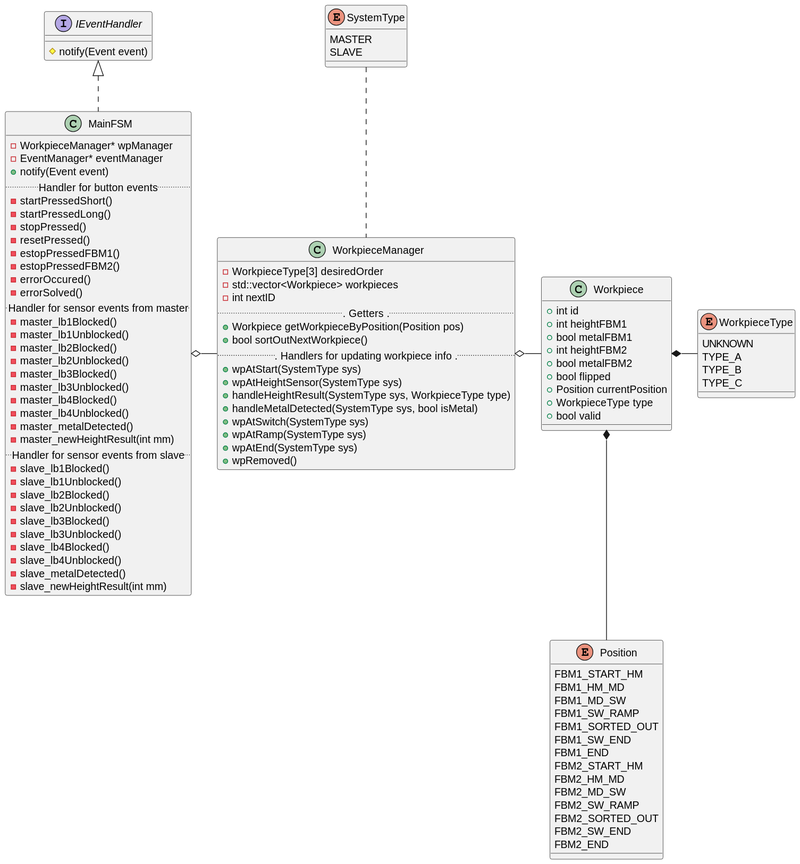
u2knwy/ESEP-2023SoSe-Team-2-1 keeps this PlantUML diagram as docs/diagrams/classes/main_fsm.svg. Above is the earlier version.
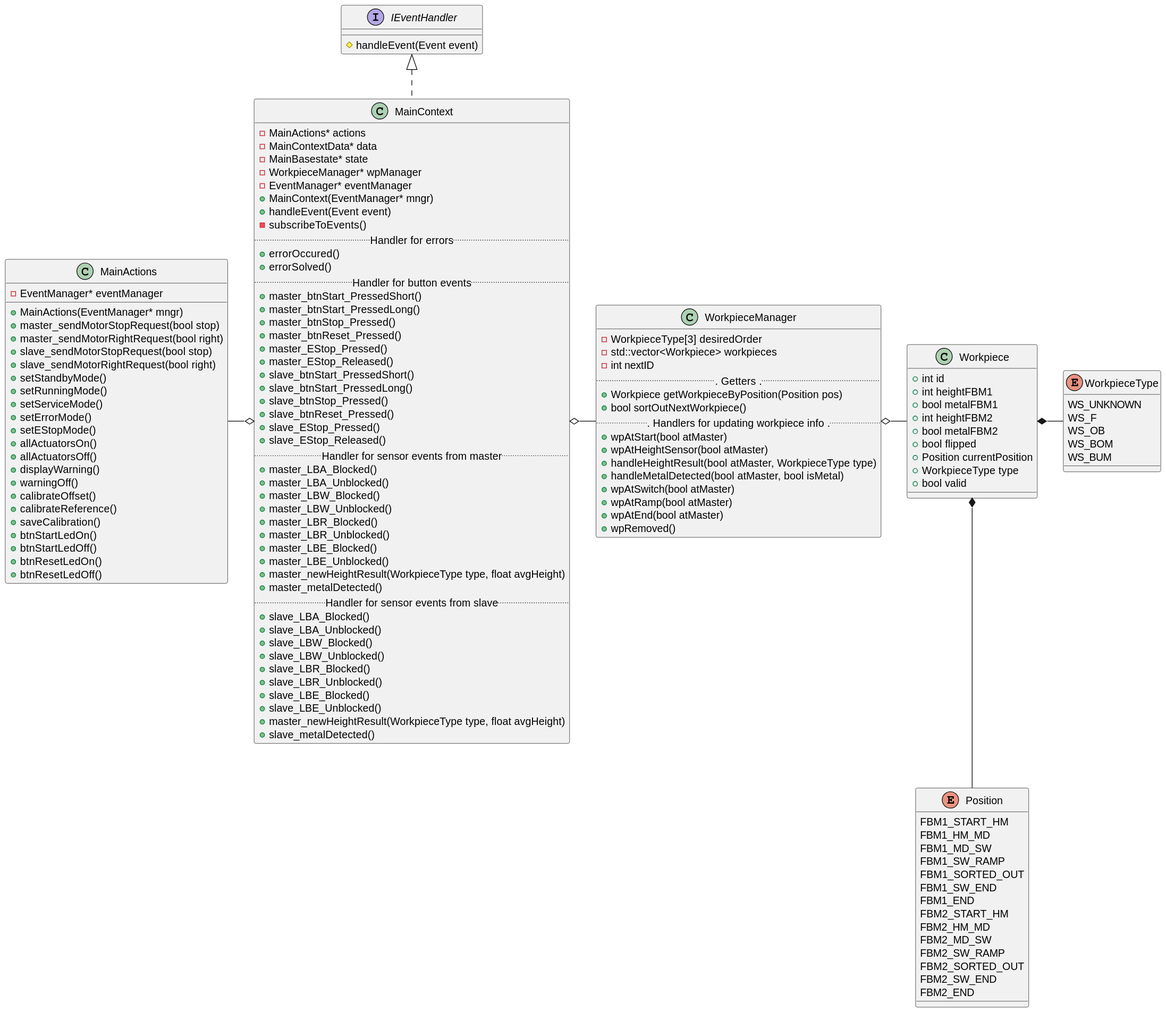
After the commit.

The edit, as a diff of the source:
```diff
@@ -1,13 +1,14 @@
 @startuml
 interface IEventHandler {
-  #notify(Event event)
+  #handleEvent(Event event)
 }
 
 enum WorkpieceType {
-  UNKNOWN
-  TYPE_A
-  TYPE_B
-  TYPE_C
+  WS_UNKNOWN
+  WS_F
+  WS_OB
+  WS_BOM
+  WS_BUM
 }
 
 enum Position {
@@ -42,11 +43,6 @@
 Workpiece *-- Position
 Workpiece *- WorkpieceType
 
-enum SystemType {
-  MASTER
-  SLAVE
-}
-
 class WorkpieceManager {
   -WorkpieceType[3] desiredOrder
   -std::vector<Workpiece> workpieces
@@ -55,58 +51,96 @@
   +Workpiece getWorkpieceByPosition(Position pos)
   +bool sortOutNextWorkpiece()
   ... Handlers for updating workpiece info ...
-  +wpAtStart(SystemType sys)
-  +wpAtHeightSensor(SystemType sys)
-  +handleHeightResult(SystemType sys, WorkpieceType type)
-  +handleMetalDetected(SystemType sys, bool isMetal)
-  +wpAtSwitch(SystemType sys)
-  +wpAtRamp(SystemType sys)
-  +wpAtEnd(SystemType sys)
+  +wpAtStart(bool atMaster)
+  +wpAtHeightSensor(bool atMaster)
+  +handleHeightResult(bool atMaster, WorkpieceType type)
+  +handleMetalDetected(bool atMaster, bool isMetal)
+  +wpAtSwitch(bool atMaster)
+  +wpAtRamp(bool atMaster)
+  +wpAtEnd(bool atMaster)
   +wpRemoved()
 }
 
 WorkpieceManager o- Workpiece
-SystemType .. WorkpieceManager
 
-class MainFSM {
+class MainContext {
+  -MainActions* actions
+	-MainContextData* data
+	-MainBasestate* state
   -WorkpieceManager* wpManager
   -EventManager* eventManager
-  +notify(Event event)
+  +MainContext(EventManager* mngr)
+  +handleEvent(Event event)
+  -subscribeToEvents()
+  .. Handler for errors ..
+  +errorOccured()
+  +errorSolved()
   .. Handler for button events ..
-  -startPressedShort()
-  -startPressedLong()
-  -stopPressed()
-  -resetPressed()
-  -estopPressedFBM1()
-  -estopPressedFBM2()
-  -errorOccured()
-  -errorSolved()
+  +master_btnStart_PressedShort()
+  +master_btnStart_PressedLong()
+  +master_btnStop_Pressed()
+  +master_btnReset_Pressed()
+  +master_EStop_Pressed()
+	+master_EStop_Released()
+  +slave_btnStart_PressedShort()
+  +slave_btnStart_PressedLong()
+  +slave_btnStop_Pressed()
+  +slave_btnReset_Pressed()
+  +slave_EStop_Pressed()
+	+slave_EStop_Released()
   .. Handler for sensor events from master ..
-  -master_lb1Blocked()
-  -master_lb1Unblocked()
-  -master_lb2Blocked()
-  -master_lb2Unblocked()
-  -master_lb3Blocked()
-  -master_lb3Unblocked()
-  -master_lb4Blocked()
-  -master_lb4Unblocked()
-  -master_metalDetected()
-  -master_newHeightResult(int mm)
+  +master_LBA_Blocked()
+  +master_LBA_Unblocked()
+  +master_LBW_Blocked()
+  +master_LBW_Unblocked()
+  +master_LBR_Blocked()
+  +master_LBR_Unblocked()
+  +master_LBE_Blocked()
+  +master_LBE_Unblocked()
+  +master_newHeightResult(WorkpieceType type, float avgHeight)
+  +master_metalDetected()
   .. Handler for sensor events from slave ..
-  -slave_lb1Blocked()
-  -slave_lb1Unblocked()
-  -slave_lb2Blocked()
-  -slave_lb2Unblocked()
-  -slave_lb3Blocked()
-  -slave_lb3Unblocked()
-  -slave_lb4Blocked()
-  -slave_lb4Unblocked()
-  -slave_metalDetected()
-  -slave_newHeightResult(int mm)
+  +slave_LBA_Blocked()
+  +slave_LBA_Unblocked()
+  +slave_LBW_Blocked()
+  +slave_LBW_Unblocked()
+  +slave_LBR_Blocked()
+  +slave_LBR_Unblocked()
+  +slave_LBE_Blocked()
+  +slave_LBE_Unblocked()
+  +master_newHeightResult(WorkpieceType type, float avgHeight)
+  +slave_metalDetected()
 }
 
-IEventHandler <|.. MainFSM
-MainFSM o- WorkpieceManager
+MainActions -o MainContext
+
+class MainActions {
+  -EventManager* eventManager
+  +MainActions(EventManager* mngr)
+	+master_sendMotorStopRequest(bool stop)
+	+master_sendMotorRightRequest(bool right)
+	+slave_sendMotorStopRequest(bool stop)
+	+slave_sendMotorRightRequest(bool right)
+	+setStandbyMode()
+	+setRunningMode()
+	+setServiceMode()
+	+setErrorMode()
+	+setEStopMode()
+	+allActuatorsOn()
+	+allActuatorsOff()
+	+displayWarning()
+	+warningOff()
+	+calibrateOffset()
+	+calibrateReference()
+	+saveCalibration()
+	+btnStartLedOn()
+	+btnStartLedOff()
+	+btnResetLedOn()
+	+btnResetLedOff()
+}
+
+IEventHandler <|.. MainContext
+MainContext o- WorkpieceManager
 
 
 @enduml
```
